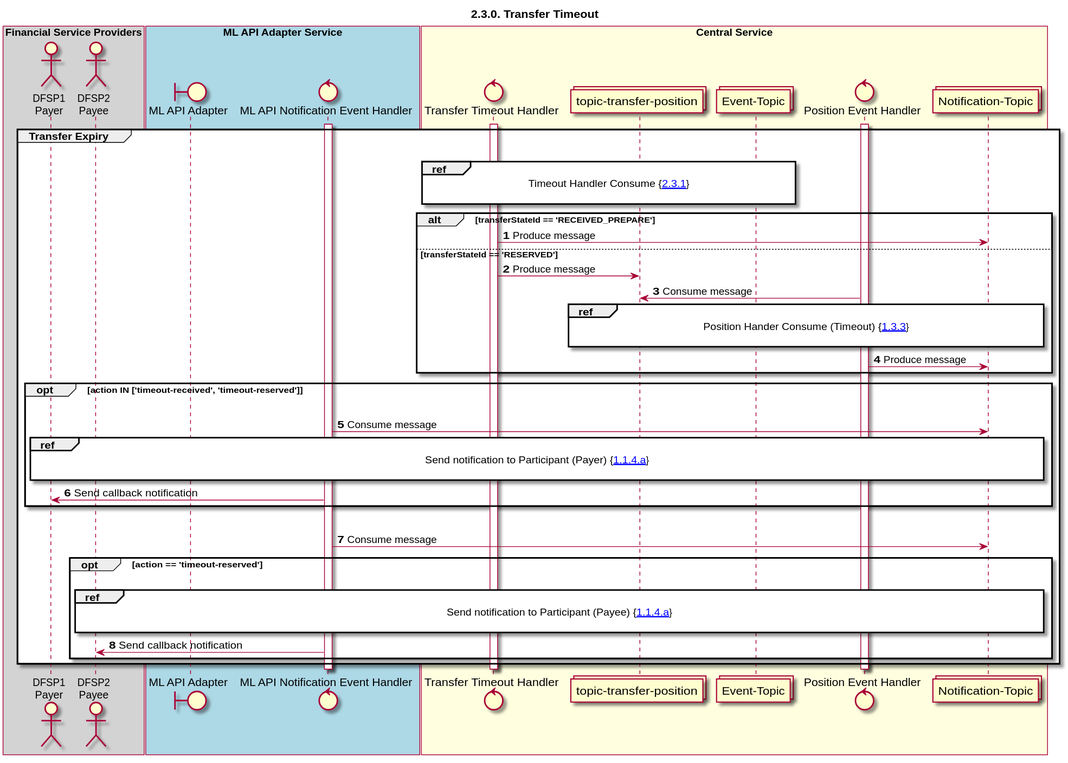
The PlantUML diagram Diagrams/SequenceDiagrams/seq-timeout-2.3.0.svg in ggrg/docs, before a commit.
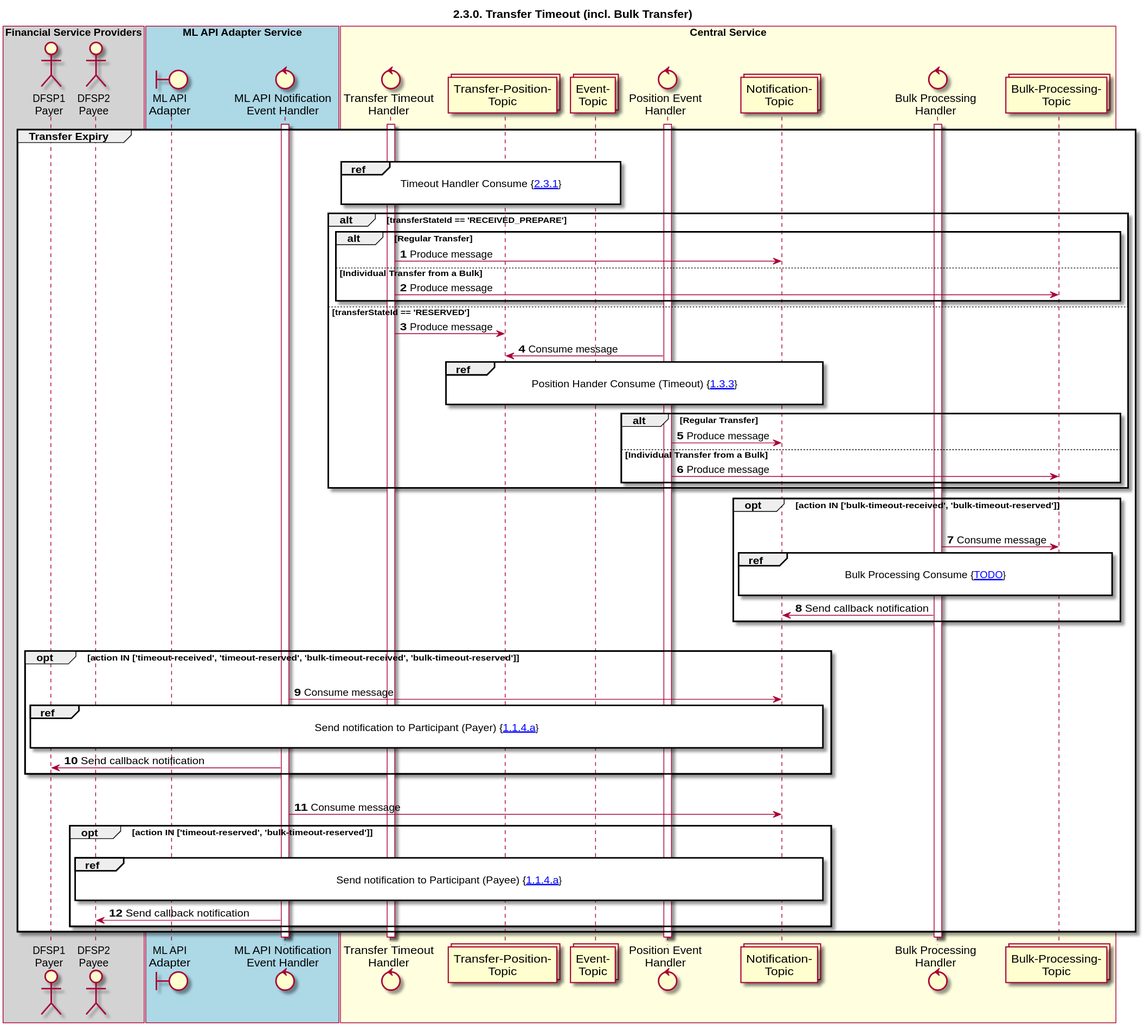
Later version of the same file.

Commit message:
Updated Timeout Sequence Diagrams for Bulk Transfers

The edit, as a diff of the source:
```diff
@@ -1,18 +1,20 @@
 @startuml
-title 2.3.0. Transfer Timeout
+title 2.3.0. Transfer Timeout (incl. Bulk Transfer)
 
 autonumber
 
 
 actor "DFSP1\nPayer" as DFSP1
 actor "DFSP2\nPayee" as DFSP2
-boundary "ML API Adapter" as MLAPI
-control "ML API Notification Event Handler" as NOTIFY_HANDLER
-control "Transfer Timeout Handler" as EXP_HANDLER
-collections "topic-transfer-position" as TOPIC_TRANSFER_POSITION
-control "Position Event Handler" as POS_HANDLER
-collections "Notification-Topic" as TOPIC_NOTIFICATIONS
-collections "Event-Topic" as TOPIC_EVENT
+boundary "ML API\nAdapter" as MLAPI
+control "ML API Notification\nEvent Handler" as NOTIFY_HANDLER
+control "Transfer Timeout\nHandler" as EXP_HANDLER
+collections "Transfer-Position-\nTopic" as TOPIC_TRANSFER_POSITION
+control "Position Event\nHandler" as POS_HANDLER
+control "Bulk Processing\nHandler" as BULK_PROCESSING_HANDLER
+collections "Notification-\nTopic" as TOPIC_NOTIFICATIONS
+collections "Event-\nTopic" as TOPIC_EVENT
+collections "Bulk-Processing-\nTopic" as BULK_PROCESSING_TOPIC
 
 box "Financial Service Providers" #lightGray
 	participant DFSP1
@@ -30,23 +32,41 @@
     participant TOPIC_EVENT
     participant POS_HANDLER
     participant TOPIC_NOTIFICATIONS
+    participant BULK_PROCESSING_HANDLER
+    participant BULK_PROCESSING_TOPIC
 end box
 
 activate NOTIFY_HANDLER
 activate EXP_HANDLER
 activate POS_HANDLER
+activate BULK_PROCESSING_HANDLER
 group Transfer Expiry
     |||
     ref over EXP_HANDLER, TOPIC_EVENT :  Timeout Handler Consume {[[https://github.com/mojaloop/docs/blob/master/Diagrams/SequenceDiagrams/seq-timeout-2.3.1.svg 2.3.1]]} \n
     alt transferStateId == 'RECEIVED_PREPARE'
-        EXP_HANDLER -> TOPIC_NOTIFICATIONS: Produce message
+        alt Regular Transfer
+            EXP_HANDLER -> TOPIC_NOTIFICATIONS: Produce message
+        else Individual Transfer from a Bulk
+            EXP_HANDLER -> BULK_PROCESSING_TOPIC: Produce message
+        end
     else transferStateId == 'RESERVED'
         EXP_HANDLER -> TOPIC_TRANSFER_POSITION: Produce message
         TOPIC_TRANSFER_POSITION <- POS_HANDLER: Consume message
         ref over TOPIC_TRANSFER_POSITION, TOPIC_NOTIFICATIONS :  Position Hander Consume (Timeout) {[[https://github.com/mojaloop/docs/blob/master/Diagrams/SequenceDiagrams/seq-position-1.3.3-abort.svg 1.3.3]]} \n
-        POS_HANDLER -> TOPIC_NOTIFICATIONS: Produce message
+        alt Regular Transfer
+            POS_HANDLER -> TOPIC_NOTIFICATIONS: Produce message
+        else Individual Transfer from a Bulk
+            POS_HANDLER -> BULK_PROCESSING_TOPIC: Produce message
+        end
     end
-    opt action IN ['timeout-received', 'timeout-reserved']
+    opt action IN ['bulk-timeout-received', 'bulk-timeout-reserved']
+        |||
+        BULK_PROCESSING_TOPIC <- BULK_PROCESSING_HANDLER: Consume message
+        ref over TOPIC_NOTIFICATIONS, BULK_PROCESSING_TOPIC : Bulk Processing Consume {[[http://url-of-bulk-processing-sequence TODO]]} \n
+        BULK_PROCESSING_HANDLER -> TOPIC_NOTIFICATIONS: Send callback notification
+    end
+    |||
+    opt action IN ['timeout-received', 'timeout-reserved', 'bulk-timeout-received', 'bulk-timeout-reserved']
         |||
         TOPIC_NOTIFICATIONS <- NOTIFY_HANDLER: Consume message
         ref over DFSP1, TOPIC_NOTIFICATIONS : Send notification to Participant (Payer) {[[https://github.com/mojaloop/docs/blob/master/Diagrams/SequenceDiagrams/seq-prepare-1.1.4.a.svg 1.1.4.a]]} \n
@@ -54,12 +74,13 @@
     end
     |||
     TOPIC_NOTIFICATIONS <- NOTIFY_HANDLER: Consume message
-    opt action == 'timeout-reserved'
+    opt action IN ['timeout-reserved', 'bulk-timeout-reserved']
         |||
         ref over DFSP2, TOPIC_NOTIFICATIONS : Send notification to Participant (Payee) {[[https://github.com/mojaloop/docs/blob/master/Diagrams/SequenceDiagrams/seq-prepare-1.1.4.a.svg 1.1.4.a]]} \n
         NOTIFY_HANDLER -> DFSP2: Send callback notification
     end
 end
+deactivate BULK_PROCESSING_HANDLER
 deactivate POS_HANDLER
 deactivate EXP_HANDLER
 deactivate NOTIFY_HANDLER
```
